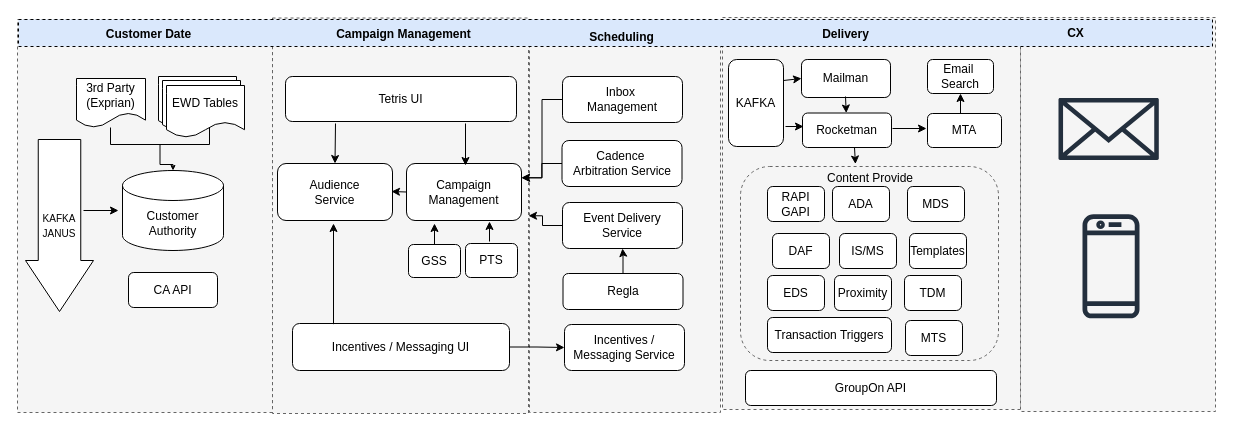
Above: Untitled Diagram.drawio in BaljeetMalik/SystemDesign (draw.io), before the change. Source tidied: cells renumbered, new cells numbered last; positions are measured from the earlier drawing's top-left corner, leaving out a move shared by most shapes. Both pictures are drawn from the tidied source at 100%, with x=0, y=0 at pixel (17, 17).
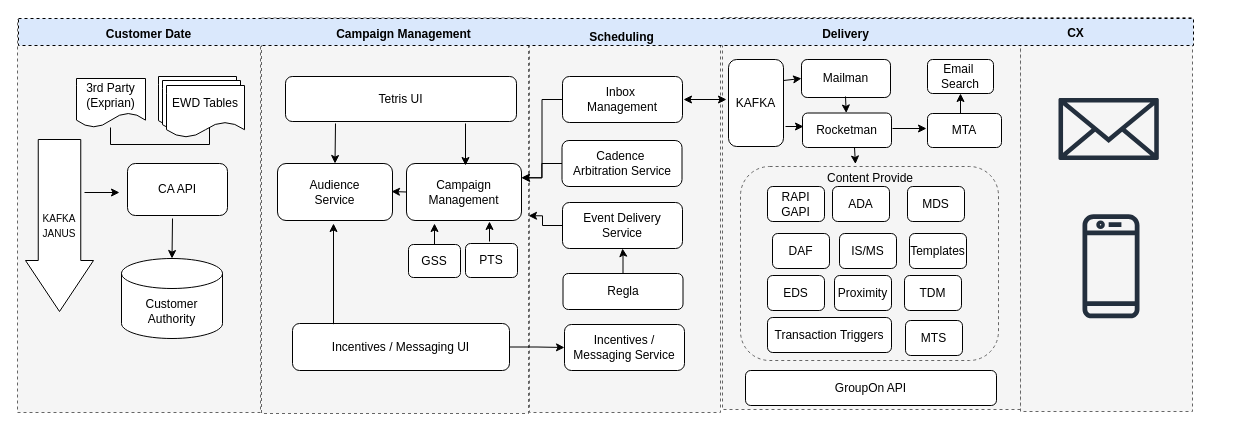
The same diagram, later.

Unchanged cells that the change refers to:
```xml
<mxCell id="21" style="strokeWidth=1;html=1;shape=mxgraph.flowchart.annotation_1;align=left;direction=north;spacing=1;fontSize=10;" parent="1" vertex="1">
  <mxGeometry x="93" y="110" width="99" height="17" as="geometry" />
</mxCell>
```

The edit, as a diff of the source:
```diff
@@
     <mxCell id="3" style="rounded=0;whiteSpace=wrap;html=1;fillColor=#f5f5f5;fontColor=#333333;strokeColor=#666666;dashed=1;" parent="1" vertex="1">
-      <mxGeometry y="2" width="255" height="393" as="geometry" />
+      <mxGeometry y="2" width="243" height="393" as="geometry" />
     </mxCell>
     <mxCell id="4" style="rounded=0;whiteSpace=wrap;html=1;fillColor=#f5f5f5;fontColor=#333333;strokeColor=#666666;dashed=1;" parent="1" vertex="1">
-      <mxGeometry x="255" y="0.5" width="256" height="395.5" as="geometry" />
+      <mxGeometry x="244" y="0.5" width="267" height="395.5" as="geometry" />
     </mxCell>
@@
     <mxCell id="7" style="rounded=0;whiteSpace=wrap;html=1;fillColor=#f5f5f5;fontColor=#333333;strokeColor=#666666;dashed=1;" parent="1" vertex="1">
-      <mxGeometry x="1003" width="195" height="394" as="geometry" />
+      <mxGeometry x="1003" width="172" height="394" as="geometry" />
     </mxCell>
     <mxCell id="8" style="rounded=0;whiteSpace=wrap;html=1;fillColor=#dae8fc;strokeColor=default;dashed=1;" parent="1" vertex="1">
-      <mxGeometry x="1" y="2" width="1194" height="27" as="geometry" />
+      <mxGeometry x="1" y="1" width="1175" height="27" as="geometry" />
     </mxCell>
@@
     <mxCell id="15" value="Customer &lt;br&gt;Authority" style="shape=cylinder3;whiteSpace=wrap;html=1;boundedLbl=1;backgroundOutline=1;size=15;" parent="1" vertex="1">
-      <mxGeometry x="105" y="153" width="101" height="80" as="geometry" />
+      <mxGeometry x="104" y="241" width="101" height="80" as="geometry" />
     </mxCell>
     <mxCell id="16" value="CA API" style="rounded=1;whiteSpace=wrap;html=1;" parent="1" vertex="1">
-      <mxGeometry x="111" y="255" width="89" height="35" as="geometry" />
+      <mxGeometry x="110" y="146" width="100" height="52" as="geometry" />
     </mxCell>
@@
-    <mxCell id="20" style="edgeStyle=orthogonalEdgeStyle;rounded=0;jettySize=auto;html=1;endSize=3;" parent="1" edge="1" source="21" target="15">
-      <mxGeometry relative="1" as="geometry" />
-    </mxCell>
@@
     <mxCell id="22" style="edgeStyle=orthogonalEdgeStyle;rounded=0;orthogonalLoop=1;jettySize=auto;html=1;" parent="1" edge="1">
       <mxGeometry relative="1" as="geometry">
-        <mxPoint x="66" y="193" as="sourcePoint" />
-        <mxPoint x="101" y="193" as="targetPoint" />
+        <mxPoint x="67" y="175" as="sourcePoint" />
+        <mxPoint x="102" y="175" as="targetPoint" />
       </mxGeometry>
     </mxCell>
@@
-    <mxCell id="69" style="sketch=0;fontColor=#232F3E;gradientColor=none;fillColor=#232F3D;strokeColor=none;dashed=0;verticalLabelPosition=bottom;verticalAlign=top;align=center;html=1;fontSize=12;fontStyle=0;shape=mxgraph.aws4.email_2;" parent="1" vertex="1">
+    <mxCell id="69" style="sketch=0;fontColor=#232F3E;gradientColor=none;fillColor=#232F3D;strokeColor=none;dashed=0;verticalLabelPosition=bottom;verticalAlign=top;align=center;html=1;fontSize=12;fontStyle=0;shape=mxgraph.aws4.email_2;strokeWidth=1;" parent="1" vertex="1">
       <mxGeometry x="1041" y="80" width="100.3" height="63" as="geometry" />
     </mxCell>
@@
+    <mxCell id="73" style="endArrow=classic;startArrow=classic;html=1;rounded=0;" parent="1" edge="1">
+      <mxGeometry relative="1" as="geometry">
+        <mxPoint x="666" y="82" as="sourcePoint" />
+        <mxPoint x="709" y="82" as="targetPoint" />
+      </mxGeometry>
+    </mxCell>
+    <mxCell id="74" style="endArrow=classic;html=1;rounded=0;entryX=0.5;entryY=0;entryDx=0;entryDy=0;entryPerimeter=0;" parent="1" edge="1" target="15">
+      <mxGeometry relative="1" as="geometry">
+        <mxPoint x="155" y="201" as="sourcePoint" />
+      </mxGeometry>
+    </mxCell>
```
